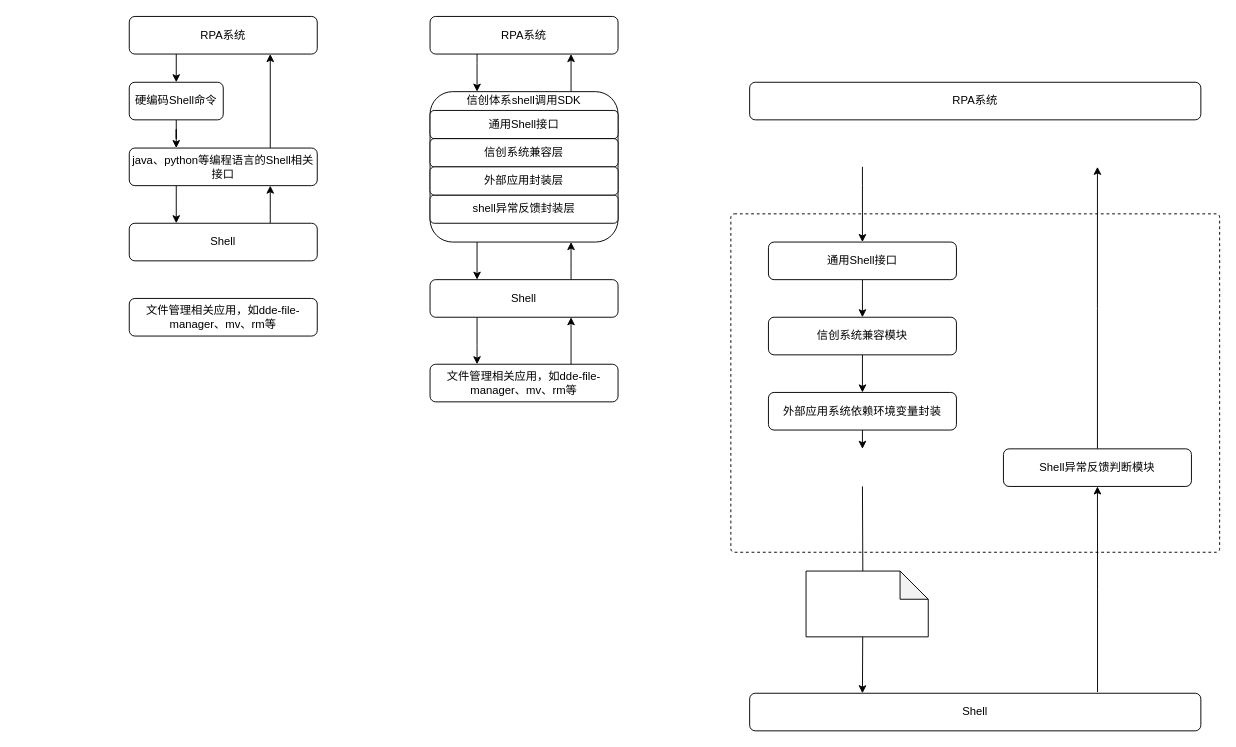
Above: 【专利图】信创文件管理.drawio in ColonelDarcy2018/excelsior (draw.io), before the change. Source tidied: cells renumbered, new cells numbered last; positions are measured from the earlier drawing's top-left corner, leaving out a move shared by most shapes. Both pictures are drawn from the tidied source at 94%, with x=0, y=0 at pixel (129, 16).
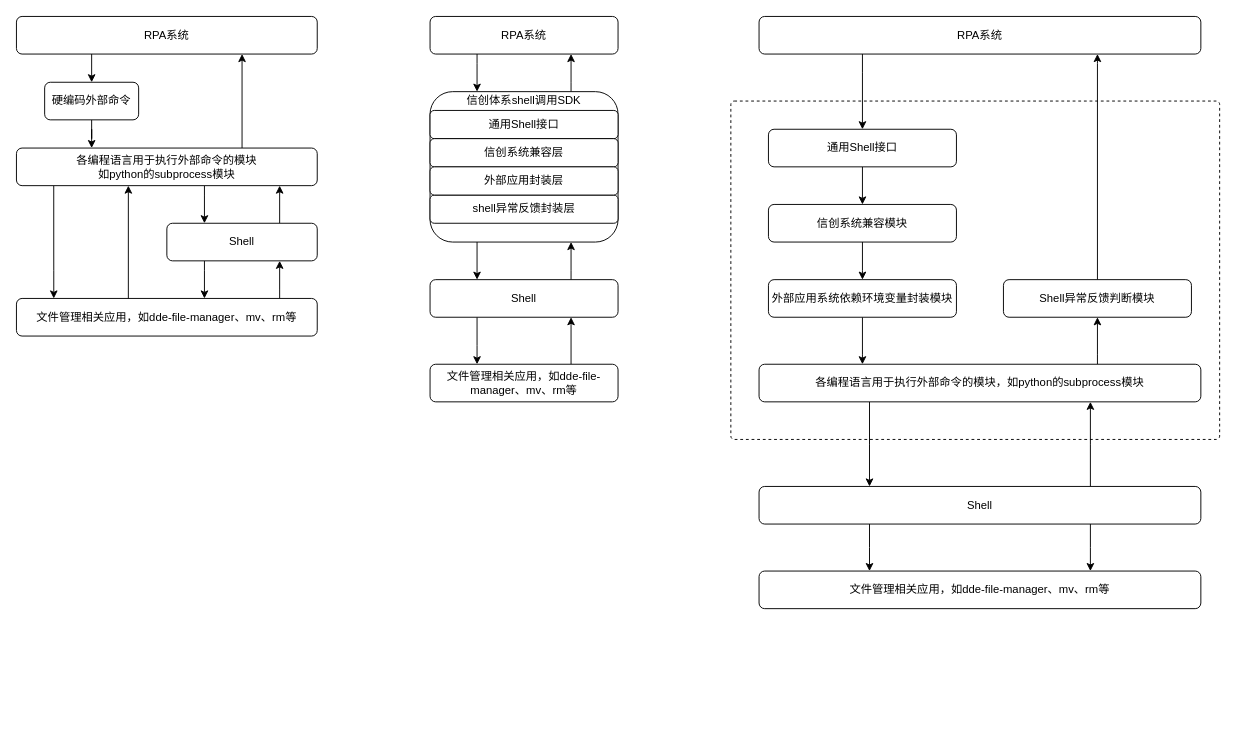
Above is the later version.

Commit message:
更新【专利图】信创文件管理.drawio

Diff of the diagram source:
```diff
@@
     <mxCell id="2" style="rounded=1;whiteSpace=wrap;html=1;dashed=1;arcSize=1;" parent="1" vertex="1">
-      <mxGeometry x="640" y="210" width="520" height="360" as="geometry" />
+      <mxGeometry x="640" y="90" width="520" height="360" as="geometry" />
     </mxCell>
-    <mxCell id="3" style="edgeStyle=orthogonalEdgeStyle;rounded=0;jettySize=auto;html=1;entryX=0.5;entryY=0;entryDx=0;entryDy=0;" parent="1" edge="1" target="28">
-      <mxGeometry relative="1" as="geometry">
-        <mxPoint x="780" y="160" as="sourcePoint" />
-        <Array as="points">
-          <mxPoint x="780" y="180" />
-          <mxPoint x="780" y="180" />
-        </Array>
-      </mxGeometry>
-    </mxCell>
@@
     <mxCell id="5" value="RPA系统" style="rounded=1;whiteSpace=wrap;html=1;" parent="1" vertex="1">
-      <mxGeometry width="200" height="40" as="geometry" />
+      <mxGeometry x="-120" width="320" height="40" as="geometry" />
     </mxCell>
@@
-    <mxCell id="7" style="edgeStyle=orthogonalEdgeStyle;rounded=0;jettySize=auto;html=1;entryX=0.25;entryY=0;entryDx=0;entryDy=0;exitX=0.25;exitY=1;exitDx=0;exitDy=0;" parent="1" edge="1" source="8" target="10">
-      <mxGeometry relative="1" as="geometry" />
+    <mxCell id="7" style="edgeStyle=orthogonalEdgeStyle;rounded=0;jettySize=auto;html=1;entryX=0.25;entryY=0;entryDx=0;entryDy=0;" parent="1" edge="1" source="8" target="10">
+      <mxGeometry relative="1" as="geometry">
+        <Array as="points">
+          <mxPoint x="80" y="190" />
+          <mxPoint x="80" y="190" />
+        </Array>
+      </mxGeometry>
     </mxCell>
+    <mxCell id="42" style="edgeStyle=orthogonalEdgeStyle;rounded=0;jettySize=auto;html=1;exitX=0.124;exitY=0.992;exitDx=0;exitDy=0;exitPerimeter=0;" parent="1" edge="1" source="8" target="11">
+      <mxGeometry relative="1" as="geometry">
+        <Array as="points">
+          <mxPoint x="-80" y="270" />
+          <mxPoint x="-80" y="270" />
+        </Array>
+      </mxGeometry>
+    </mxCell>
-    <mxCell id="8" value="java、python等编程语言的Shell相关接口" style="rounded=1;whiteSpace=wrap;html=1;" parent="1" vertex="1">
-      <mxGeometry y="140" width="200" height="40" as="geometry" />
+    <mxCell id="8" value="各编程语言用于执行外部命令的模块&lt;br&gt;如python的subprocess模块" style="rounded=1;whiteSpace=wrap;html=1;" parent="1" vertex="1">
+      <mxGeometry x="-120" y="140" width="320" height="40" as="geometry" />
     </mxCell>
-    <mxCell id="9" style="edgeStyle=orthogonalEdgeStyle;rounded=0;jettySize=auto;html=1;entryX=0.75;entryY=1;entryDx=0;entryDy=0;" parent="1" edge="1" source="10" target="8">
-      <mxGeometry relative="1" as="geometry">
-        <Array as="points">
-          <mxPoint x="150" y="210" />
-          <mxPoint x="150" y="210" />
-        </Array>
-      </mxGeometry>
-    </mxCell>
+    <mxCell id="43" style="edgeStyle=orthogonalEdgeStyle;rounded=0;jettySize=auto;html=1;exitX=0.75;exitY=0;exitDx=0;exitDy=0;" parent="1" edge="1" source="10">
+      <mxGeometry relative="1" as="geometry">
+        <mxPoint x="160" y="180" as="targetPoint" />
+        <Array as="points">
+          <mxPoint x="160" y="180" />
+        </Array>
+      </mxGeometry>
+    </mxCell>
+    <mxCell id="44" style="edgeStyle=orthogonalEdgeStyle;rounded=0;jettySize=auto;html=1;" parent="1" edge="1" source="10" target="11">
+      <mxGeometry relative="1" as="geometry">
+        <Array as="points">
+          <mxPoint x="80" y="270" />
+          <mxPoint x="80" y="270" />
+        </Array>
+      </mxGeometry>
+    </mxCell>
     <mxCell id="10" value="Shell" style="rounded=1;whiteSpace=wrap;html=1;" parent="1" vertex="1">
-      <mxGeometry y="220" width="200" height="40" as="geometry" />
+      <mxGeometry x="40" y="220" width="160" height="40" as="geometry" />
     </mxCell>
+    <mxCell id="45" style="edgeStyle=orthogonalEdgeStyle;rounded=0;jettySize=auto;html=1;entryX=0.75;entryY=1;entryDx=0;entryDy=0;" parent="1" edge="1" source="11" target="10">
+      <mxGeometry relative="1" as="geometry">
+        <Array as="points">
+          <mxPoint x="160" y="290" />
+          <mxPoint x="160" y="290" />
+        </Array>
+      </mxGeometry>
+    </mxCell>
+    <mxCell id="46" style="edgeStyle=orthogonalEdgeStyle;rounded=0;jettySize=auto;html=1;exitX=0.372;exitY=0.032;exitDx=0;exitDy=0;exitPerimeter=0;" parent="1" edge="1" source="11" target="8">
+      <mxGeometry relative="1" as="geometry">
+        <Array as="points">
+          <mxPoint y="301" />
+        </Array>
+      </mxGeometry>
+    </mxCell>
     <mxCell id="11" value="文件管理相关应用，如dde-file-manager、mv、rm等" style="rounded=1;whiteSpace=wrap;html=1;" parent="1" vertex="1">
-      <mxGeometry y="300" width="200" height="40" as="geometry" />
+      <mxGeometry x="-120" y="300" width="320" height="40" as="geometry" />
     </mxCell>
@@
     <mxCell id="28" value="通用Shell接口" style="rounded=1;whiteSpace=wrap;html=1;" parent="1" vertex="1">
-      <mxGeometry x="680" y="240" width="200" height="40" as="geometry" />
+      <mxGeometry x="680" y="120" width="200" height="40" as="geometry" />
     </mxCell>
-    <mxCell id="29" style="edgeStyle=orthogonalEdgeStyle;rounded=0;jettySize=auto;html=1;entryX=0.5;entryY=1;entryDx=0;entryDy=0;exitX=0.771;exitY=-0.03;exitDx=0;exitDy=0;exitPerimeter=0;" parent="1" edge="1" source="30" target="32">
-      <mxGeometry relative="1" as="geometry" />
-    </mxCell>
+    <mxCell id="47" style="edgeStyle=orthogonalEdgeStyle;rounded=0;jettySize=auto;html=1;entryX=0.75;entryY=1;entryDx=0;entryDy=0;" parent="1" edge="1" source="30" target="55">
+      <mxGeometry relative="1" as="geometry">
+        <Array as="points">
+          <mxPoint x="1023" y="455" />
+        </Array>
+      </mxGeometry>
+    </mxCell>
+    <mxCell id="48" style="edgeStyle=orthogonalEdgeStyle;rounded=0;jettySize=auto;html=1;entryX=0.25;entryY=0;entryDx=0;entryDy=0;" parent="1" edge="1" source="30" target="56">
+      <mxGeometry relative="1" as="geometry">
+        <Array as="points">
+          <mxPoint x="788" y="565" />
+        </Array>
+      </mxGeometry>
+    </mxCell>
+    <mxCell id="49" style="edgeStyle=orthogonalEdgeStyle;rounded=0;jettySize=auto;html=1;entryX=0.75;entryY=0;entryDx=0;entryDy=0;" parent="1" edge="1" source="30" target="56">
+      <mxGeometry relative="1" as="geometry">
+        <Array as="points">
+          <mxPoint x="1023" y="565" />
+        </Array>
+      </mxGeometry>
+    </mxCell>
     <mxCell id="30" value="Shell" style="rounded=1;whiteSpace=wrap;html=1;" parent="1" vertex="1">
-      <mxGeometry x="660" y="720" width="480" height="40" as="geometry" />
+      <mxGeometry x="670" y="500" width="470" height="40" as="geometry" />
     </mxCell>
-    <mxCell id="31" style="edgeStyle=orthogonalEdgeStyle;rounded=0;jettySize=auto;html=1;entryX=0.75;entryY=1;entryDx=0;entryDy=0;" parent="1" edge="1" source="32">
-      <mxGeometry relative="1" as="geometry">
-        <mxPoint x="1030" y="160" as="targetPoint" />
-      </mxGeometry>
-    </mxCell>
+    <mxCell id="50" style="edgeStyle=orthogonalEdgeStyle;rounded=0;jettySize=auto;html=1;" parent="1" edge="1" source="32" target="41">
+      <mxGeometry relative="1" as="geometry">
+        <Array as="points">
+          <mxPoint x="1030" y="50" />
+          <mxPoint x="1030" y="50" />
+        </Array>
+      </mxGeometry>
+    </mxCell>
     <mxCell id="32" value="Shell异常反馈判断模块" style="rounded=1;whiteSpace=wrap;html=1;" parent="1" vertex="1">
-      <mxGeometry x="930" y="460" width="200" height="40" as="geometry" />
+      <mxGeometry x="930" y="280" width="200" height="40" as="geometry" />
     </mxCell>
     <mxCell id="33" style="edgeStyle=orthogonalEdgeStyle;rounded=0;jettySize=auto;html=1;" parent="1" edge="1" source="34" target="36">
       <mxGeometry relative="1" as="geometry">
         <Array as="points">
-          <mxPoint x="780" y="390" />
-          <mxPoint x="780" y="390" />
+          <mxPoint x="780" y="270" />
+          <mxPoint x="780" y="270" />
         </Array>
       </mxGeometry>
     </mxCell>
     <mxCell id="34" value="信创系统兼容模块" style="rounded=1;whiteSpace=wrap;html=1;" parent="1" vertex="1">
-      <mxGeometry x="680" y="320" width="200" height="40" as="geometry" />
+      <mxGeometry x="680" y="200" width="200" height="40" as="geometry" />
     </mxCell>
-    <mxCell id="35" style="edgeStyle=orthogonalEdgeStyle;rounded=0;jettySize=auto;html=1;" parent="1" edge="1" source="36">
-      <mxGeometry relative="1" as="geometry">
-        <mxPoint x="780" y="460" as="targetPoint" />
-      </mxGeometry>
-    </mxCell>
+    <mxCell id="51" style="edgeStyle=orthogonalEdgeStyle;rounded=0;jettySize=auto;html=1;" parent="1" edge="1" source="36" target="55">
+      <mxGeometry relative="1" as="geometry">
+        <Array as="points">
+          <mxPoint x="780" y="360" />
+          <mxPoint x="780" y="360" />
+        </Array>
+      </mxGeometry>
+    </mxCell>
-    <mxCell id="36" value="外部应用系统依赖环境变量封装" style="rounded=1;whiteSpace=wrap;html=1;" parent="1" vertex="1">
-      <mxGeometry x="680" y="400" width="200" height="40" as="geometry" />
+    <mxCell id="36" value="外部应用系统依赖环境变量封装模块" style="rounded=1;whiteSpace=wrap;html=1;" parent="1" vertex="1">
+      <mxGeometry x="680" y="280" width="200" height="40" as="geometry" />
     </mxCell>
-    <mxCell id="37" style="edgeStyle=orthogonalEdgeStyle;rounded=0;jettySize=auto;html=1;entryX=0.25;entryY=0;entryDx=0;entryDy=0;" parent="1" edge="1" target="30">
-      <mxGeometry relative="1" as="geometry">
-        <mxPoint x="780" y="500" as="sourcePoint" />
-      </mxGeometry>
-    </mxCell>
-    <mxCell id="38" style="shape=note;whiteSpace=wrap;html=1;backgroundOutline=1;darkOpacity=0.05;" parent="1" vertex="1">
-      <mxGeometry x="720" y="590" width="130" height="70" as="geometry" />
-    </mxCell>
@@
-    <mxCell id="40" value="硬编码Shell命令" style="rounded=1;whiteSpace=wrap;html=1;" parent="1" vertex="1">
-      <mxGeometry y="70" width="100" height="40" as="geometry" />
+    <mxCell id="40" value="硬编码外部命令" style="rounded=1;whiteSpace=wrap;html=1;" parent="1" vertex="1">
+      <mxGeometry x="-90" y="70" width="100" height="40" as="geometry" />
     </mxCell>
+    <mxCell id="52" style="edgeStyle=orthogonalEdgeStyle;rounded=0;jettySize=auto;html=1;" parent="1" edge="1" source="41" target="28">
+      <mxGeometry relative="1" as="geometry">
+        <Array as="points">
+          <mxPoint x="780" y="60" />
+          <mxPoint x="780" y="60" />
+        </Array>
+      </mxGeometry>
+    </mxCell>
     <mxCell id="41" value="RPA系统" style="rounded=1;whiteSpace=wrap;html=1;" parent="1" vertex="1">
-      <mxGeometry x="660" y="70" width="480" height="40" as="geometry" />
+      <mxGeometry x="670" width="470" height="40" as="geometry" />
     </mxCell>
+    <mxCell id="53" style="edgeStyle=orthogonalEdgeStyle;rounded=0;jettySize=auto;html=1;" parent="1" edge="1" source="55" target="32">
+      <mxGeometry relative="1" as="geometry">
+        <Array as="points">
+          <mxPoint x="1030" y="360" />
+          <mxPoint x="1030" y="360" />
+        </Array>
+      </mxGeometry>
+    </mxCell>
+    <mxCell id="54" style="edgeStyle=orthogonalEdgeStyle;rounded=0;jettySize=auto;html=1;entryX=0.25;entryY=0;entryDx=0;entryDy=0;" parent="1" edge="1" source="55" target="30">
+      <mxGeometry relative="1" as="geometry">
+        <Array as="points">
+          <mxPoint x="788" y="455" />
+        </Array>
+      </mxGeometry>
+    </mxCell>
+    <mxCell id="55" value="各编程语言用于执行外部命令的模块，如python的subprocess模块" style="rounded=1;whiteSpace=wrap;html=1;" parent="1" vertex="1">
+      <mxGeometry x="670" y="370" width="470" height="40" as="geometry" />
+    </mxCell>
+    <mxCell id="56" value="文件管理相关应用，如dde-file-manager、mv、rm等" style="rounded=1;whiteSpace=wrap;html=1;" parent="1" vertex="1">
+      <mxGeometry x="670" y="590" width="470" height="40" as="geometry" />
+    </mxCell>
```
